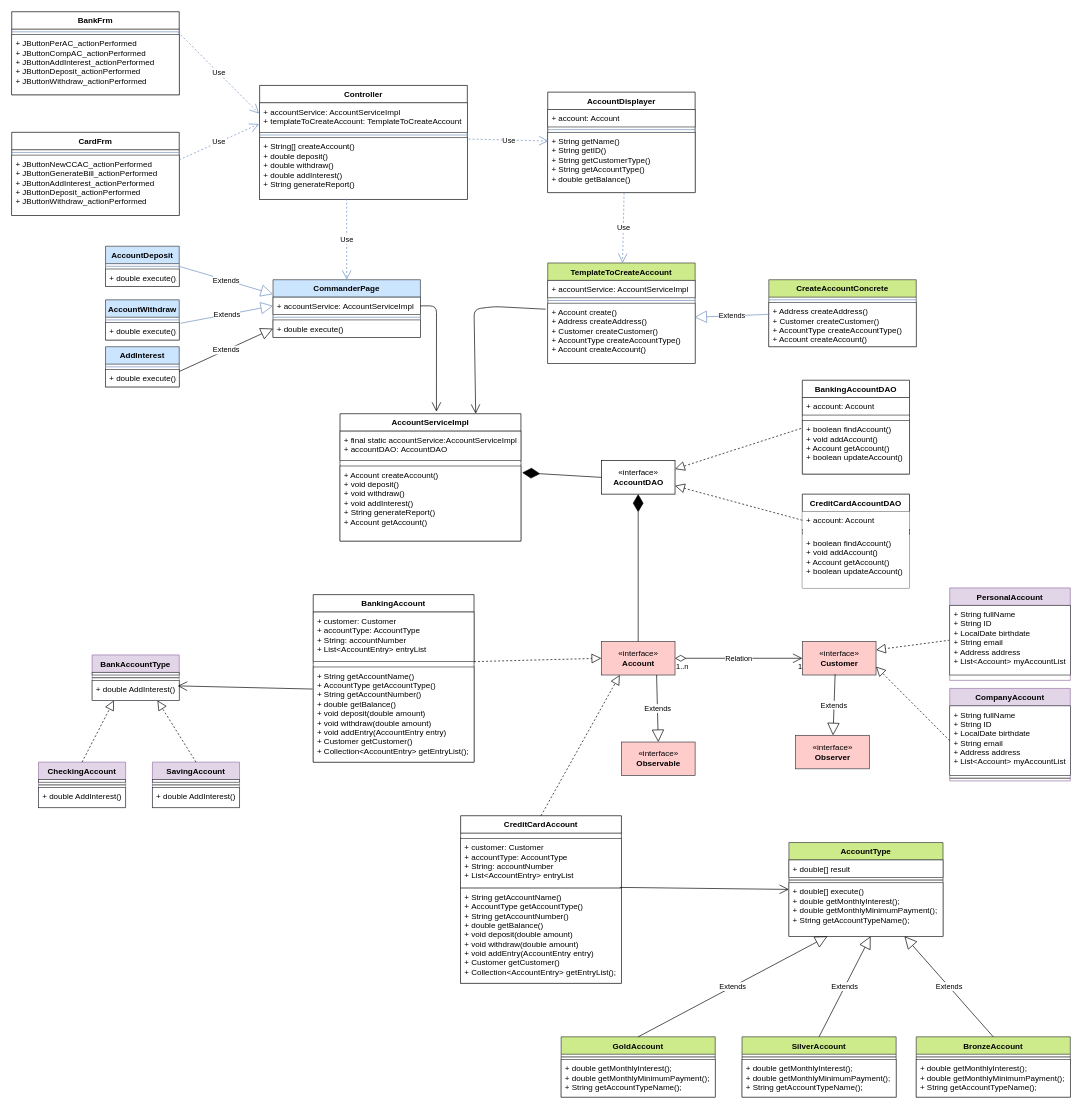
Above: diagram/class_diagram/bank_class_diagram.drawio in niick7/ASD_Bank_System (draw.io), before the change. Source tidied: cells renumbered, new cells numbered last; positions are measured from the earlier drawing's top-left corner, leaving out a move shared by most shapes. Both pictures are drawn from the tidied source at 67%, with x=0, y=0 at pixel (11, 11).
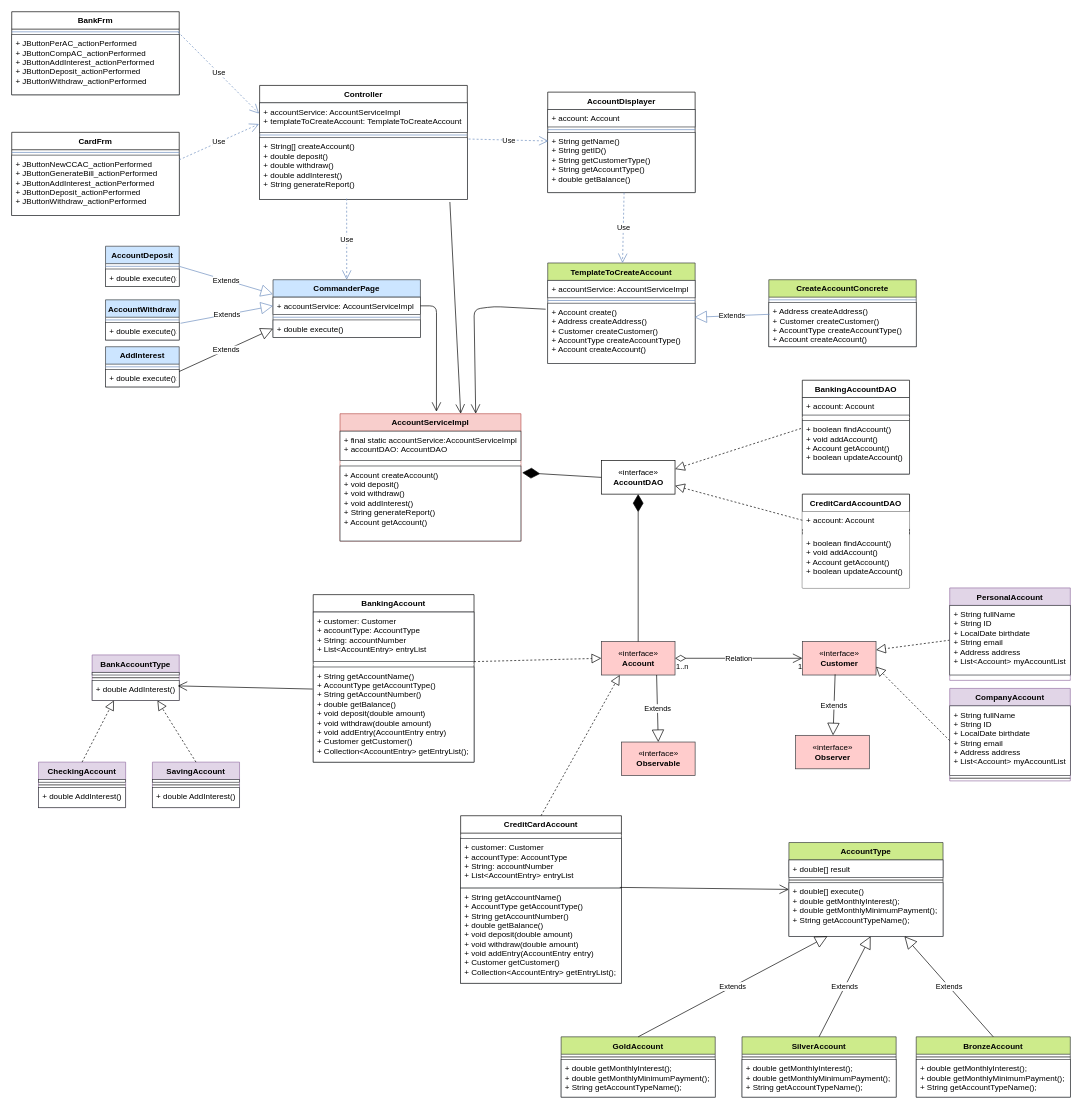
The same page after the edit.

Commit message (it also covers changes not shown here):
Update class diagram

The change refers to these unchanged cells:
```xml
<mxCell id="11" value="+ String[] createAccount()&#10;+ double deposit()&#10;+ double withdraw()&#10;+ double addInterest()&#10;+ String generateReport()&#10;" style="text;strokeColor=#36393d;align=left;verticalAlign=top;spacingLeft=4;spacingRight=4;overflow=hidden;points=[[0,0.5],[1,0.5]];portConstraint=eastwest;fillColor=#FFFFFF;" parent="8" vertex="1">
  <mxGeometry y="78" width="310" height="92" as="geometry" />
</mxCell>
<mxCell id="36" value="+ Account create()&#10;+ Address createAddress()&#10;+ Customer createCustomer()&#10;+ AccountType createAccountType()&#10;+ Account createAccount()" style="text;strokeColor=#36393d;align=left;verticalAlign=top;spacingLeft=4;spacingRight=4;overflow=hidden;points=[[0,0.5],[1,0.5]];portConstraint=eastwest;fillColor=#FFFFFF;" parent="33" vertex="1">
  <mxGeometry y="60" width="220" height="90" as="geometry" />
</mxCell>
```

Change to the diagram source:
```diff
@@
-    <mxCell id="45" value="AccountServiceImpl" style="swimlane;fontStyle=1;align=center;verticalAlign=top;horizontal=1;startSize=26;" parent="1" vertex="1">
+    <mxCell id="45" value="AccountServiceImpl" style="swimlane;fontStyle=1;align=center;verticalAlign=top;horizontal=1;startSize=26;fillColor=#f8cecc;strokeColor=#b85450;" parent="1" vertex="1">
       <mxGeometry x="490" y="600" width="270" height="190" as="geometry" />
     </mxCell>
@@
-    <mxCell id="66" style="endArrow=open;endFill=1;endSize=12;html=1;entryX=0.75;entryY=0;entryDx=0;entryDy=0;exitX=-0.014;exitY=0.1;exitDx=0;exitDy=0;exitPerimeter=0;" parent="1" edge="1" source="36" target="45">
+    <mxCell id="66" style="endArrow=open;endFill=1;endSize=12;html=1;entryX=0.75;entryY=0;entryDx=0;entryDy=0;exitX=-0.014;exitY=0.1;exitDx=0;exitDy=0;exitPerimeter=0;fillColor=#f8cecc;" parent="1" edge="1" source="36" target="45">
       <mxGeometry relative="1" as="geometry">
         <Array as="points">
           <mxPoint x="720" y="440" />
           <mxPoint x="690" y="444" />
         </Array>
       </mxGeometry>
     </mxCell>
@@
+    <mxCell id="123" style="endArrow=open;endFill=1;endSize=12;html=1;strokeColor=#000000;exitX=0.916;exitY=1.043;exitDx=0;exitDy=0;exitPerimeter=0;entryX=0.667;entryY=0;entryDx=0;entryDy=0;entryPerimeter=0;" parent="1" edge="1" source="11" target="45">
+      <mxGeometry relative="1" as="geometry" />
+    </mxCell>
```
